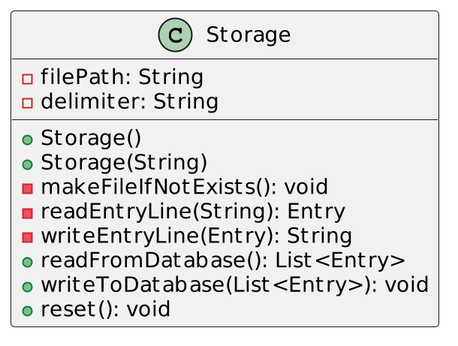
Above: docs/static/StorageClassDiagram.png in nus-cs2113-AY2223S2/tp (PlantUML), before the change. The source it was exported from:
```plantuml
@startuml
scale 2
class Storage{
    -filePath: String
    -delimiter: String
    +Storage()
    +Storage(String)
-makeFileIfNotExists(): void
-readEntryLine(String): Entry
-writeEntryLine(Entry): String
+readFromDatabase(): List<Entry>
+writeToDatabase(List<Entry>): void
+reset(): void
}
@enduml
```
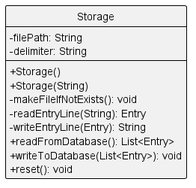
Later version of the same file.

Change to the diagram source:
```diff
@@ -1,15 +1,17 @@
 @startuml
-scale 2
+!include Style.puml
+
 class Storage{
     -filePath: String
     -delimiter: String
     +Storage()
     +Storage(String)
--makeFileIfNotExists(): void
--readEntryLine(String): Entry
--writeEntryLine(Entry): String
-+readFromDatabase(): List<Entry>
-+writeToDatabase(List<Entry>): void
-+reset(): void
+    -makeFileIfNotExists(): void
+    -readEntryLine(String): Entry
+    -writeEntryLine(Entry): String
+    +readFromDatabase(): List<Entry>
+    +writeToDatabase(List<Entry>): void
+    +reset(): void
 }
+
 @enduml
```
